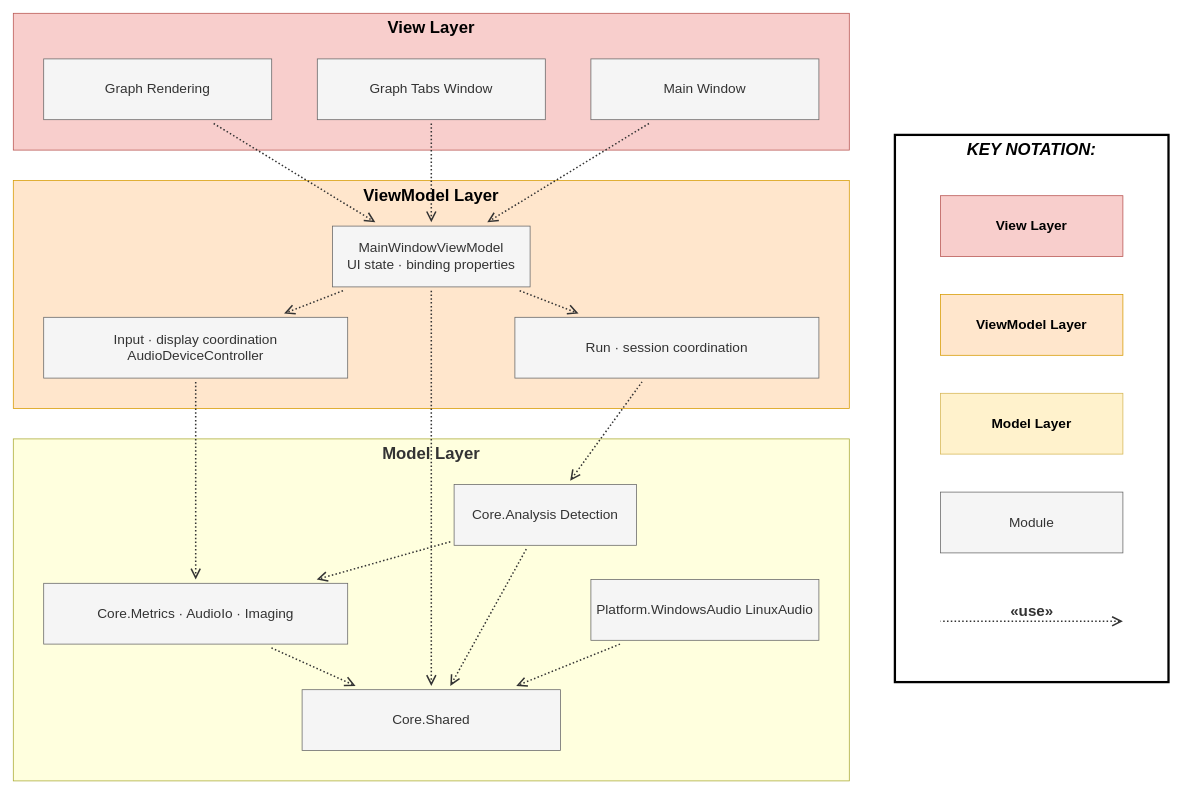
This is Milestone/assets/MVVM.drawio from lgcmu2026-team5/TimeGrapher-Docs, a draw.io file, before an edit. Source tidied: cells renumbered, new cells numbered last; positions are measured from the earlier drawing's top-left corner, leaving out a move shared by most shapes. Both pictures are drawn from the tidied source at 76%, with x=0, y=0 at pixel (13, 13).
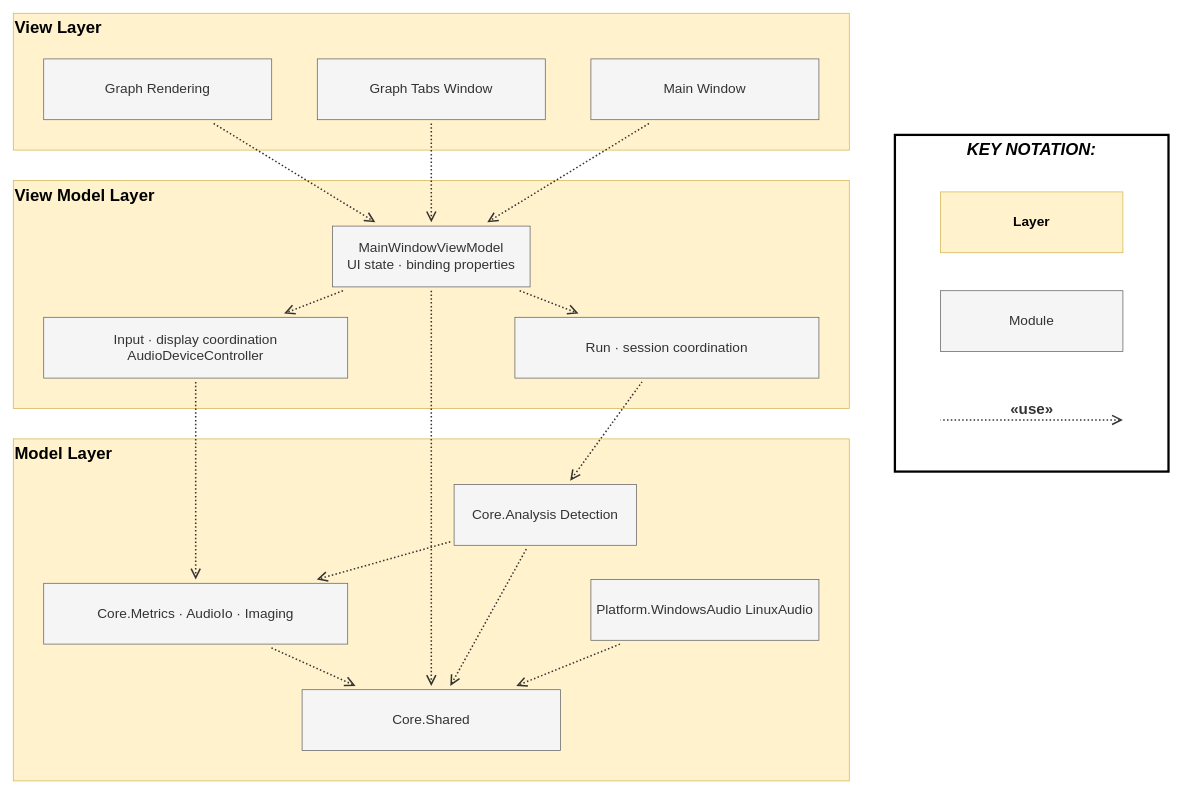
The same diagram, later.

Commit message (it also covers changes not shown here):
docs(MVVM): simplify legend to single Layer symbol per reviewer feedback

- Remove duplicate View/ViewModel/Model boxes from legend; legend now shows
  one generic Layer rectangle, Module, and «use» arrow only
- Restore 3-layer structure (View / ViewModel / Model) in main diagram
- Update exported MVVM.png

The edit, as a diff of the source:
```diff
@@
     <mxCell id="2" value="&lt;i&gt;KEY NOTATION:&lt;/i&gt;" style="html=1;whiteSpace=wrap;strokeWidth=3;verticalAlign=top;fillColor=default;strokeColor=default;fontFamily=Hack;fontSize=22;fontStyle=1;" parent="1" vertex="1">
-      <mxGeometry x="1160" y="160" width="360" height="720" as="geometry" />
+      <mxGeometry x="1160" y="160" width="360" height="443" as="geometry" />
     </mxCell>
-    <mxCell id="3" value="View Layer" style="html=1;whiteSpace=wrap;strokeWidth=1;verticalAlign=top;fillColor=#f8cecc;strokeColor=#b85450;fontFamily=Hack;fontSize=22;fontStyle=1;" parent="1" vertex="1">
+    <mxCell id="3" value="View Layer" style="html=1;whiteSpace=wrap;strokeWidth=1;verticalAlign=top;fillColor=#fff2cc;strokeColor=#d6b656;fontFamily=Hack;fontSize=22;fontStyle=1;align=left;" parent="1" vertex="1">
       <mxGeometry width="1100" height="180" as="geometry" />
     </mxCell>
-    <mxCell id="4" value="ViewModel Layer" style="html=1;whiteSpace=wrap;strokeWidth=1;verticalAlign=top;fillColor=#ffe6cc;strokeColor=#d79b00;fontFamily=Hack;fontSize=22;fontStyle=1;" parent="1" vertex="1">
+    <mxCell id="4" value="View Model Layer" style="html=1;whiteSpace=wrap;strokeWidth=1;verticalAlign=top;fillColor=#fff2cc;strokeColor=#d6b656;fontFamily=Hack;fontSize=22;fontStyle=1;align=left;" parent="1" vertex="1">
       <mxGeometry y="220" width="1100" height="300" as="geometry" />
     </mxCell>
-    <mxCell id="5" value="Model Layer" style="html=1;whiteSpace=wrap;strokeWidth=1;verticalAlign=top;fillColor=light-dark(#ffffde,#1f2020);strokeColor=light-dark(#aaaa33,#cccccc);fontColor=light-dark(#333333,#cccccc);fontFamily=Hack;fontSize=22;fontStyle=1;" parent="1" vertex="1">
+    <mxCell id="5" value="Model Layer" style="html=1;whiteSpace=wrap;strokeWidth=1;verticalAlign=top;fillColor=#fff2cc;strokeColor=#d6b656;fontFamily=Hack;fontSize=22;fontStyle=1;align=left;" parent="1" vertex="1">
       <mxGeometry y="560" width="1100" height="450" as="geometry" />
     </mxCell>
@@
     <mxCell id="28" value="«use»" style="curved=0;dashed=1;dashPattern=2 3;fixDash=1;startArrow=open;endArrow=none;endSize=10;strokeColor=light-dark(#333333,#cccccc);html=1;fontSize=20;labelBackgroundColor=none;fontFamily=Hack;fontColor=light-dark(#333333,#cccccc);rounded=0;endFill=0;startFill=0;verticalAlign=bottom;strokeWidth=2;startSize=10;fontStyle=1;" parent="1" edge="1">
       <mxGeometry relative="1" as="geometry">
-        <mxPoint x="1460" y="800" as="sourcePoint" />
-        <mxPoint x="1220" y="800" as="targetPoint" />
+        <mxPoint x="1460" y="535" as="sourcePoint" />
+        <mxPoint x="1220" y="535" as="targetPoint" />
       </mxGeometry>
     </mxCell>
-    <mxCell id="29" value="ViewModel Layer" style="html=1;whiteSpace=wrap;strokeWidth=1;fillColor=#ffe6cc;strokeColor=#d79b00;fontFamily=Hack;fontSize=18;fontStyle=1;" parent="1" vertex="1">
-      <mxGeometry x="1220" y="370" width="240" height="80" as="geometry" />
-    </mxCell>
-    <mxCell id="30" value="View Layer" style="html=1;whiteSpace=wrap;strokeWidth=1;fillColor=#f8cecc;strokeColor=#b85450;fontFamily=Hack;fontSize=18;fontStyle=1;" parent="1" vertex="1">
-      <mxGeometry x="1220" y="240" width="240" height="80" as="geometry" />
-    </mxCell>
-    <mxCell id="31" value="Model Layer" style="html=1;whiteSpace=wrap;strokeWidth=1;fillColor=#fff2cc;strokeColor=#d6b656;fontFamily=Hack;fontSize=18;fontStyle=1;" parent="1" vertex="1">
-      <mxGeometry x="1220" y="500" width="240" height="80" as="geometry" />
+    <mxCell id="31" value="Layer" style="html=1;whiteSpace=wrap;strokeWidth=1;fillColor=#fff2cc;strokeColor=#d6b656;fontFamily=Hack;fontSize=18;fontStyle=1;" parent="1" vertex="1">
+      <mxGeometry x="1220" y="235" width="240" height="80" as="geometry" />
     </mxCell>
     <mxCell id="32" value="Module" style="html=1;whiteSpace=wrap;strokeWidth=1;fillColor=#f5f5f5;strokeColor=#666666;fontColor=#333333;fontFamily=Hack;fontSize=18;" parent="1" vertex="1">
-      <mxGeometry x="1220" y="630" width="240" height="80" as="geometry" />
+      <mxGeometry x="1220" y="365" width="240" height="80" as="geometry" />
     </mxCell>
```
